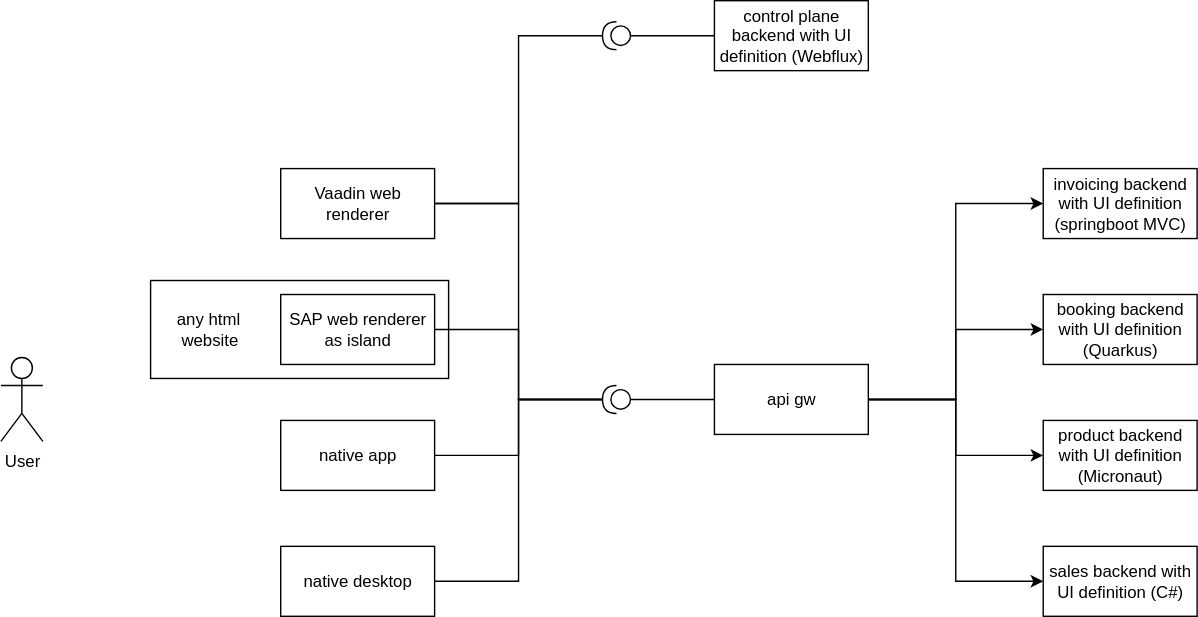
miguelperezcolom/mateu keeps this draw.io diagram as doc/static/images/arch-overall-14.svg. Above is the earlier version. Source tidied: cells renumbered, new cells last; positions are measured from the earlier drawing's top-left corner, leaving out a move shared by most shapes.
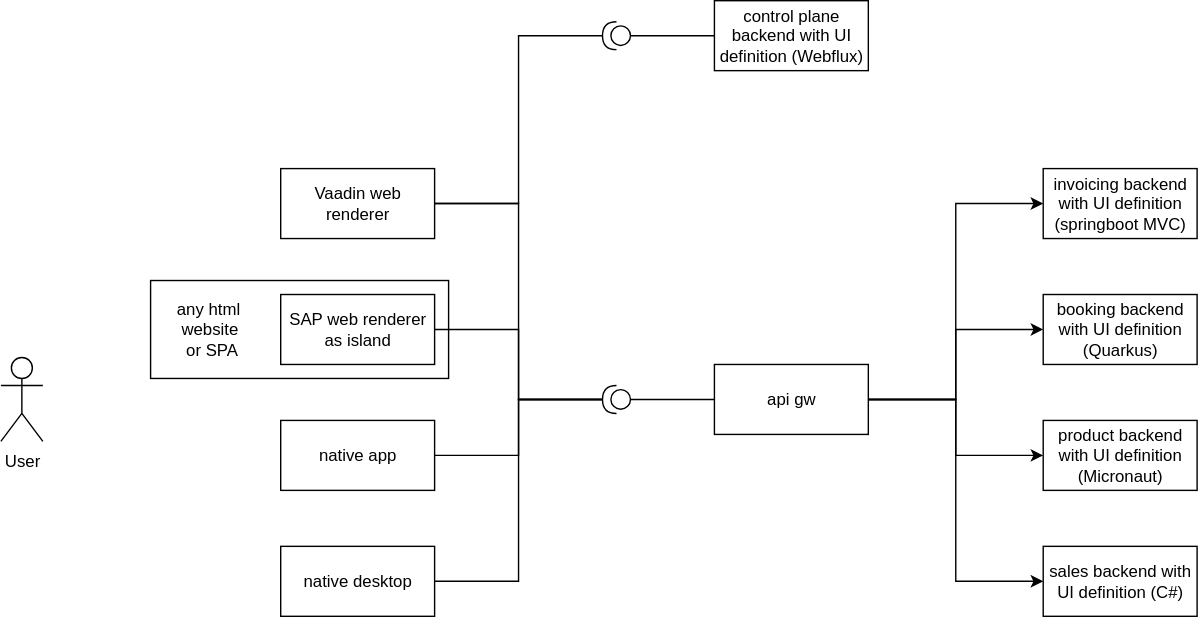
The same file after the commit.

Diff of the diagram source:
```diff
@@ -2,7 +2,7 @@
   <root>
     <mxCell id="0" />
     <mxCell id="1" parent="0" />
-    <mxCell id="2" value="&amp;nbsp; &amp;nbsp; &amp;nbsp;any html&amp;nbsp;&lt;div&gt;&amp;nbsp; &amp;nbsp; &amp;nbsp; website&lt;/div&gt;" style="html=1;whiteSpace=wrap;align=left;" parent="1" vertex="1">
+    <mxCell id="2" value="&amp;nbsp; &amp;nbsp; &amp;nbsp;any html&amp;nbsp;&lt;div&gt;&amp;nbsp; &amp;nbsp; &amp;nbsp; website&lt;/div&gt;&lt;div&gt;&amp;nbsp; &amp;nbsp; &amp;nbsp; &amp;nbsp;or SPA&lt;/div&gt;" style="html=1;whiteSpace=wrap;align=left;" parent="1" vertex="1">
       <mxGeometry x="107" y="200" width="213" height="70" as="geometry" />
     </mxCell>
     <mxCell id="3" style="edgeStyle=orthogonalEdgeStyle;rounded=0;jettySize=auto;html=1;entryX=0;entryY=0.5;entryDx=0;entryDy=0;" parent="1" edge="1" source="7" target="19">
```
